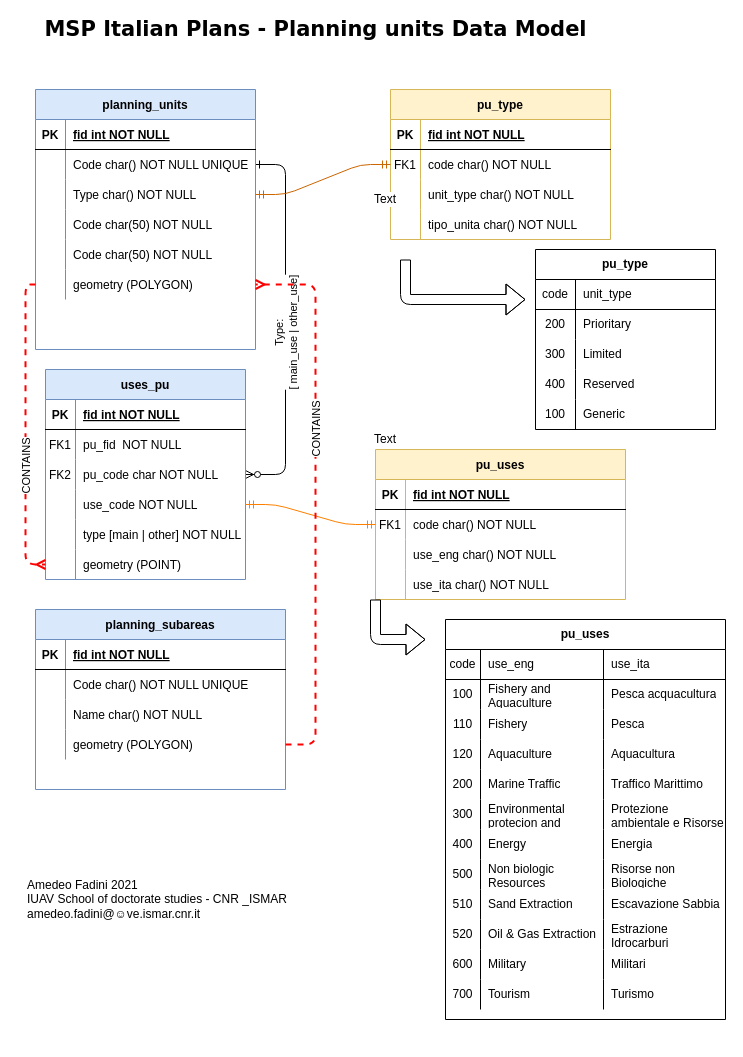
Before: MSP_ITALY_PU_model.drawio in amefad/documentation, a draw.io diagram. Source tidied: cells renumbered, new cells numbered last; positions are measured from the earlier drawing's top-left corner, leaving out a move shared by most shapes. Both pictures are drawn from the tidied source at 100%, with x=0, y=0 at pixel (25, 19).
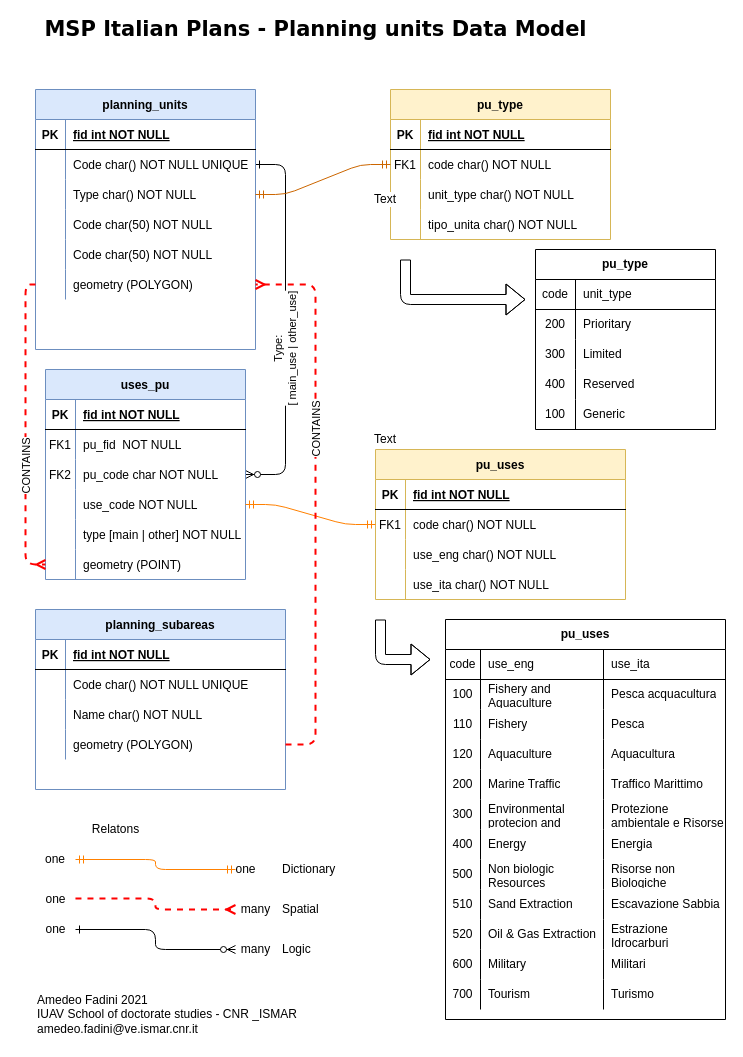
Above is the later version.

Unchanged cells that the change refers to:
```xml
<mxCell id="2" style="edgeStyle=entityRelationEdgeStyle;endArrow=ERzeroToMany;startArrow=ERone;endFill=1;startFill=0;" parent="1" edge="1" source="40" target="11">
  <mxGeometry relative="1" as="geometry" />
</mxCell>
```

Change to the diagram source:
```diff
@@
     <mxCell id="3" value="Type:&lt;br&gt;[ main_use | other_use]" style="edgeLabel;html=1;align=center;verticalAlign=middle;labelBackgroundColor=#ffffff;rotation=270;fixDash=0;" parent="2" vertex="1">
       <mxGeometry x="-0.1" y="1" relative="1" as="geometry">
-        <mxPoint y="28.7" as="offset" />
+        <mxPoint x="-1" y="44.7" as="offset" />
       </mxGeometry>
     </mxCell>
@@
     <mxCell id="87" style="shape=flexArrow;endArrow=classic;html=1;" parent="1" edge="1">
       <mxGeometry relative="1" as="geometry">
-        <mxPoint x="350" y="580" as="sourcePoint" />
-        <mxPoint x="400" y="620" as="targetPoint" />
+        <mxPoint x="355" y="600" as="sourcePoint" />
+        <mxPoint x="405" y="640" as="targetPoint" />
         <Array as="points">
-          <mxPoint x="350" y="620" />
+          <mxPoint x="355" y="640" />
         </Array>
       </mxGeometry>
     </mxCell>
@@
-    <mxCell id="157" value="Amedeo Fadini 2021&lt;br&gt;IUAV School of doctorate studies - CNR _ISMAR&lt;br&gt;amedeo.fadini@☺ve.ismar.cnr.it" style="text;html=1;strokeColor=none;fillColor=none;align=left;verticalAlign=middle;whiteSpace=wrap;rounded=0;labelBackgroundColor=#ffffff;" parent="1" vertex="1">
-      <mxGeometry y="870" width="380" height="20" as="geometry" />
+    <mxCell id="157" value="Amedeo Fadini 2021&lt;br&gt;IUAV School of doctorate studies - CNR _ISMAR&lt;br&gt;amedeo.fadini@ve.ismar.cnr.it" style="text;html=1;strokeColor=none;fillColor=none;align=left;verticalAlign=middle;whiteSpace=wrap;rounded=0;labelBackgroundColor=#ffffff;" parent="1" vertex="1">
+      <mxGeometry x="10" y="970" width="380" height="50" as="geometry" />
     </mxCell>
+    <mxCell id="158" style="fontSize=12;html=1;endArrow=ERmandOne;startArrow=ERmandOne;strokeColor=#FF8000;edgeStyle=elbowEdgeStyle;" parent="1" edge="1" target="160">
+      <mxGeometry relative="1" as="geometry">
+        <mxPoint x="210" y="850" as="sourcePoint" />
+      </mxGeometry>
+    </mxCell>
+    <mxCell id="159" style="edgeStyle=elbowEdgeStyle;fontSize=12;html=1;endArrow=ERmany;fillColor=#e51400;strokeWidth=2;strokeColor=#FF0000;dashed=1;exitX=0.999;exitY=0.447;exitDx=0;exitDy=0;exitPerimeter=0;" parent="1" edge="1" source="163">
+      <mxGeometry relative="1" as="geometry">
+        <mxPoint x="210" y="890" as="targetPoint" />
+      </mxGeometry>
+    </mxCell>
+    <mxCell id="160" value="one" style="text;html=1;strokeColor=none;fillColor=none;align=center;verticalAlign=middle;whiteSpace=wrap;rounded=0;" parent="1" vertex="1">
+      <mxGeometry x="10" y="830" width="40" height="20" as="geometry" />
+    </mxCell>
+    <mxCell id="161" value="one" style="text;html=1;align=center;verticalAlign=middle;" parent="1" vertex="1">
+      <mxGeometry x="200" y="840" width="40" height="20" as="geometry" />
+    </mxCell>
+    <mxCell id="162" value="many" style="text;html=1;align=center;verticalAlign=middle;" parent="1" vertex="1">
+      <mxGeometry x="210" y="880" width="40" height="20" as="geometry" />
+    </mxCell>
+    <mxCell id="163" value="one" style="text;html=1;align=center;verticalAlign=middle;points=[];" parent="1" vertex="1">
+      <mxGeometry x="10" y="870" width="40" height="20" as="geometry" />
+    </mxCell>
+    <mxCell id="164" style="edgeStyle=elbowEdgeStyle;endArrow=ERzeroToMany;startArrow=ERone;endFill=1;startFill=0;" parent="1" edge="1">
+      <mxGeometry relative="1" as="geometry">
+        <mxPoint x="50" y="910" as="sourcePoint" />
+        <mxPoint x="210" y="930" as="targetPoint" />
+      </mxGeometry>
+    </mxCell>
+    <mxCell id="165" value="one" style="text;html=1;align=center;verticalAlign=middle;" parent="1" vertex="1">
+      <mxGeometry x="10" y="900" width="40" height="20" as="geometry" />
+    </mxCell>
+    <mxCell id="166" value="many" style="text;html=1;align=center;verticalAlign=middle;" parent="1" vertex="1">
+      <mxGeometry x="210" y="920" width="40" height="20" as="geometry" />
+    </mxCell>
+    <mxCell id="167" value="Relatons" style="text;html=1;align=center;verticalAlign=middle;" parent="1" vertex="1">
+      <mxGeometry x="60" y="800" width="60" height="20" as="geometry" />
+    </mxCell>
+    <mxCell id="168" value="Dictionary" style="text;html=1;align=left;verticalAlign=middle;" parent="1" vertex="1">
+      <mxGeometry x="255" y="840" width="70" height="20" as="geometry" />
+    </mxCell>
+    <mxCell id="169" value="Spatial" style="text;html=1;align=left;verticalAlign=middle;" parent="1" vertex="1">
+      <mxGeometry x="255" y="880" width="50" height="20" as="geometry" />
+    </mxCell>
+    <mxCell id="170" value="Logic" style="text;html=1;align=left;verticalAlign=middle;" parent="1" vertex="1">
+      <mxGeometry x="255" y="920" width="40" height="20" as="geometry" />
+    </mxCell>
```
